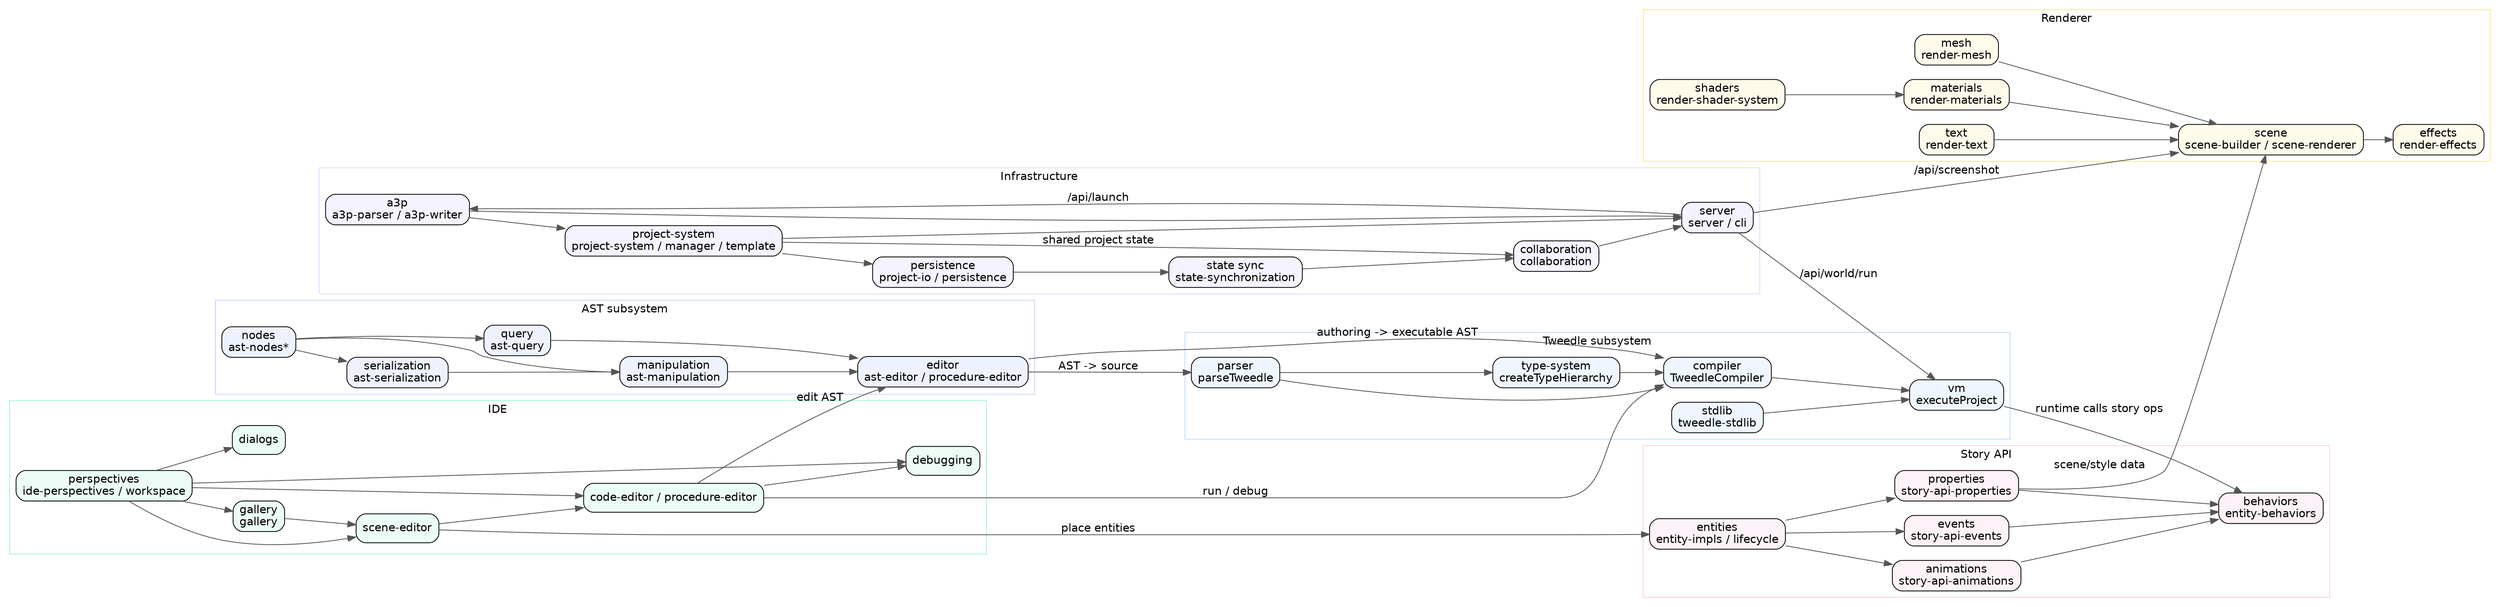
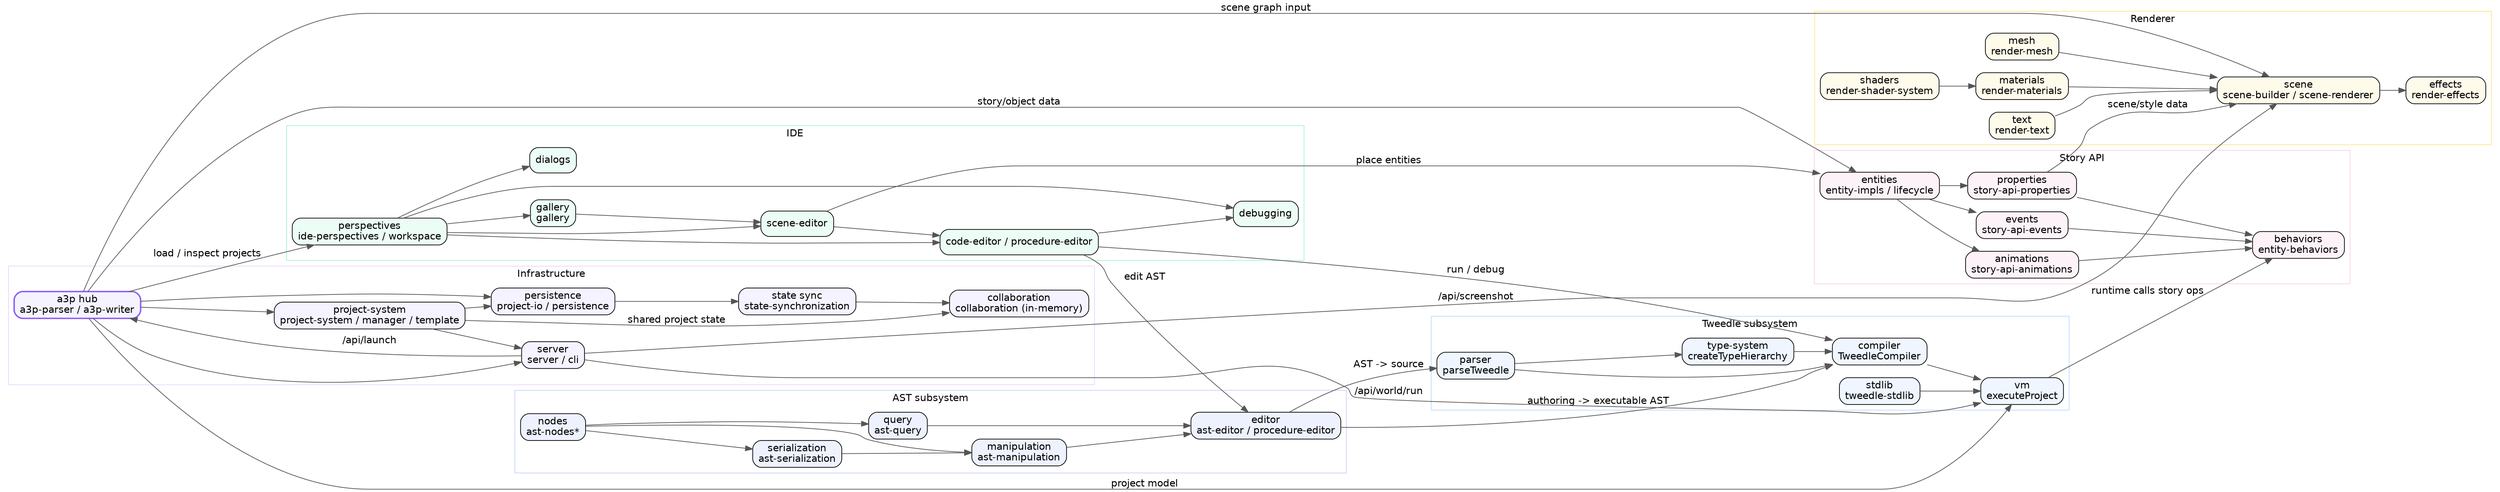
digraph service_components {
    rankdir=LR;
    graph [fontname="Helvetica", bgcolor="white"];
    node [shape=box, style="rounded,filled", fillcolor="#F8F9FA", fontname="Helvetica"];
    edge [fontname="Helvetica", color="#555555"];

    subgraph cluster_tweedle {
        label="Tweedle subsystem";
        color="#BFDBFE";
        tw_parser [label="parser
parseTweedle", fillcolor="#EFF6FF"];
        tw_compiler [label="compiler
TweedleCompiler", fillcolor="#EFF6FF"];
        tw_vm [label="vm
executeProject", fillcolor="#EFF6FF"];
        tw_types [label="type-system
createTypeHierarchy", fillcolor="#EFF6FF"];
        tw_stdlib [label="stdlib
tweedle-stdlib", fillcolor="#EFF6FF"];
        tw_parser -> tw_compiler;
        tw_parser -> tw_types;
        tw_types -> tw_compiler;
        tw_compiler -> tw_vm;
        tw_stdlib -> tw_vm;
    }

    subgraph cluster_ast {
        label="AST subsystem";
        color="#C7D2FE";
        ast_nodes [label="nodes
ast-nodes*", fillcolor="#EEF2FF"];
        ast_ser [label="serialization
ast-serialization", fillcolor="#EEF2FF"];
        ast_man [label="manipulation
ast-manipulation", fillcolor="#EEF2FF"];
        ast_query [label="query
ast-query", fillcolor="#EEF2FF"];
        ast_editor [label="editor
ast-editor / procedure-editor", fillcolor="#EEF2FF"];
        ast_nodes -> ast_ser;
        ast_nodes -> ast_man;
        ast_nodes -> ast_query;
        ast_ser -> ast_man;
        ast_man -> ast_editor;
        ast_query -> ast_editor;
    }

    subgraph cluster_story {
        label="Story API";
        color="#FBCFE8";
        story_entities [label="entities
entity-impls / lifecycle", fillcolor="#FDF2F8"];
        story_anim [label="animations
story-api-animations", fillcolor="#FDF2F8"];
        story_events [label="events
story-api-events", fillcolor="#FDF2F8"];
        story_props [label="properties
story-api-properties", fillcolor="#FDF2F8"];
        story_beh [label="behaviors
entity-behaviors", fillcolor="#FDF2F8"];
        story_entities -> story_anim;
        story_entities -> story_events;
        story_entities -> story_props;
        story_anim -> story_beh;
        story_events -> story_beh;
        story_props -> story_beh;
    }

    subgraph cluster_renderer {
        label="Renderer";
        color="#FDE68A";
        ren_mesh [label="mesh
render-mesh", fillcolor="#FFFBEB"];
        ren_scene [label="scene
scene-builder / scene-renderer", fillcolor="#FFFBEB"];
        ren_mat [label="materials
render-materials", fillcolor="#FFFBEB"];
        ren_shader [label="shaders
render-shader-system", fillcolor="#FFFBEB"];
        ren_fx [label="effects
render-effects", fillcolor="#FFFBEB"];
        ren_text [label="text
render-text", fillcolor="#FFFBEB"];
        ren_mesh -> ren_scene;
        ren_text -> ren_scene;
        ren_mat -> ren_scene;
        ren_shader -> ren_mat;
        ren_scene -> ren_fx;
    }

    subgraph cluster_ide {
        label="IDE";
        color="#A7F3D0";
        ide_persp [label="perspectives
ide-perspectives / workspace", fillcolor="#ECFDF5"];
        ide_gallery [label="gallery
gallery", fillcolor="#ECFDF5"];
        ide_scene [label="scene-editor", fillcolor="#ECFDF5"];
        ide_code [label="code-editor / procedure-editor", fillcolor="#ECFDF5"];
        ide_debug [label="debugging", fillcolor="#ECFDF5"];
        ide_dialog [label="dialogs", fillcolor="#ECFDF5"];
        ide_persp -> ide_gallery;
        ide_persp -> ide_scene;
        ide_persp -> ide_code;
        ide_persp -> ide_debug;
        ide_persp -> ide_dialog;
        ide_gallery -> ide_scene;
        ide_scene -> ide_code;
        ide_code -> ide_debug;
    }

    subgraph cluster_infra {
        label="Infrastructure";
        color="#E9D5FF";
-         infra_a3p [label="a3p
- a3p-parser / a3p-writer", fillcolor="#F5F3FF"];
+         infra_a3p [label="a3p hub
+ a3p-parser / a3p-writer", fillcolor="#F5F3FF", color="#8B5CF6", penwidth=2];
        infra_project [label="project-system
project-system / manager / template", fillcolor="#F5F3FF"];
        infra_persist [label="persistence
project-io / persistence", fillcolor="#F5F3FF"];
        infra_sync [label="state sync
state-synchronization", fillcolor="#F5F3FF"];
        infra_collab [label="collaboration
- collaboration", fillcolor="#F5F3FF"];
+ collaboration (in-memory)", fillcolor="#F5F3FF"];
        infra_server [label="server
server / cli", fillcolor="#F5F3FF"];
        infra_a3p -> infra_project;
+         infra_a3p -> infra_persist;
        infra_project -> infra_persist;
        infra_persist -> infra_sync;
        infra_sync -> infra_collab;
        infra_project -> infra_server;
        infra_a3p -> infra_server;
-         infra_collab -> infra_server;
    }

    ast_editor -> tw_parser [label="AST -> source"];
    ast_editor -> tw_compiler [label="authoring -> executable AST"];
    tw_vm -> story_beh [label="runtime calls story ops"];
    story_props -> ren_scene [label="scene/style data"];
    ide_code -> ast_editor [label="edit AST"];
    ide_scene -> story_entities [label="place entities"];
    ide_code -> tw_compiler [label="run / debug"];
+     infra_a3p -> tw_vm [label="project model"];
+     infra_a3p -> story_entities [label="story/object data"];
+     infra_a3p -> ren_scene [label="scene graph input"];
+     infra_a3p -> ide_persp [label="load / inspect projects"];
    infra_server -> tw_vm [label="/api/world/run"];
    infra_server -> ren_scene [label="/api/screenshot"];
    infra_server -> infra_a3p [label="/api/launch"];
    infra_project -> infra_collab [label="shared project state"];
}
